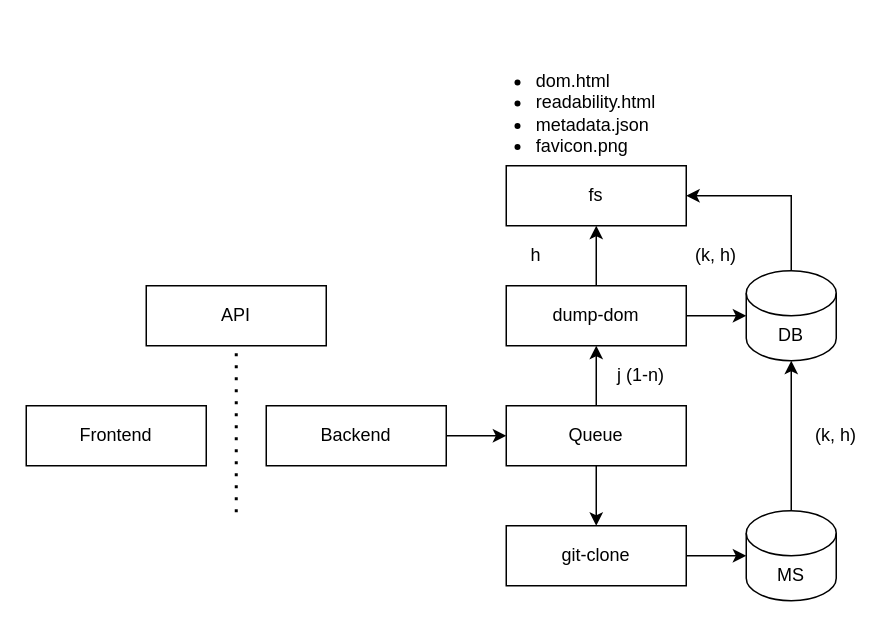
Before: misc/architecture.drawio in tztzz/CyberArchive, a draw.io diagram. Source tidied: cells renumbered, new cells numbered last; positions are measured from the earlier drawing's top-left corner, leaving out a move shared by most shapes. Both pictures are drawn from the tidied source at 150%, with x=0, y=0 at pixel (26, 90).
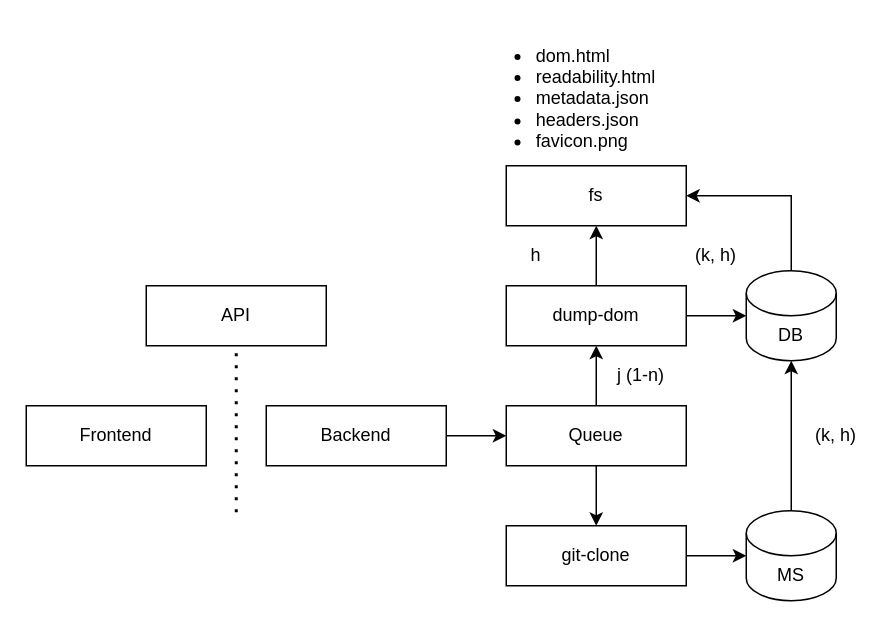
After the change.

What changed in the source:
```diff
@@
-    <mxCell id="20" value="&lt;div style=&quot;text-align: justify;&quot;&gt;&lt;ul&gt;&lt;li&gt;&lt;span style=&quot;background-color: initial;&quot;&gt;dom.html&lt;/span&gt;&lt;/li&gt;&lt;li&gt;&lt;span style=&quot;background-color: initial;&quot;&gt;readability.html&lt;/span&gt;&lt;/li&gt;&lt;li&gt;&lt;span style=&quot;background-color: initial;&quot;&gt;metadata.json&lt;/span&gt;&lt;/li&gt;&lt;li&gt;&lt;span style=&quot;background-color: initial;&quot;&gt;favicon.png&lt;/span&gt;&lt;/li&gt;&lt;/ul&gt;&lt;/div&gt;" style="text;html=1;strokeColor=none;fillColor=none;align=center;verticalAlign=middle;whiteSpace=wrap;rounded=0;" parent="1" vertex="1">
-      <mxGeometry x="330" width="60" height="30" as="geometry" />
+    <mxCell id="20" value="&lt;div style=&quot;text-align: justify;&quot;&gt;&lt;ul&gt;&lt;li&gt;&lt;span style=&quot;background-color: initial;&quot;&gt;dom.html&lt;/span&gt;&lt;/li&gt;&lt;li&gt;&lt;span style=&quot;background-color: initial;&quot;&gt;readability.html&lt;/span&gt;&lt;/li&gt;&lt;li&gt;&lt;span style=&quot;background-color: initial;&quot;&gt;metadata.json&lt;/span&gt;&lt;/li&gt;&lt;li&gt;&lt;span style=&quot;background-color: initial;&quot;&gt;headers.json&lt;/span&gt;&lt;/li&gt;&lt;li&gt;&lt;span style=&quot;background-color: initial;&quot;&gt;favicon.png&lt;/span&gt;&lt;/li&gt;&lt;/ul&gt;&lt;/div&gt;" style="text;html=1;strokeColor=none;fillColor=none;align=center;verticalAlign=middle;whiteSpace=wrap;rounded=0;" parent="1" vertex="1">
+      <mxGeometry x="330" y="-10" width="60" height="30" as="geometry" />
     </mxCell>
```
